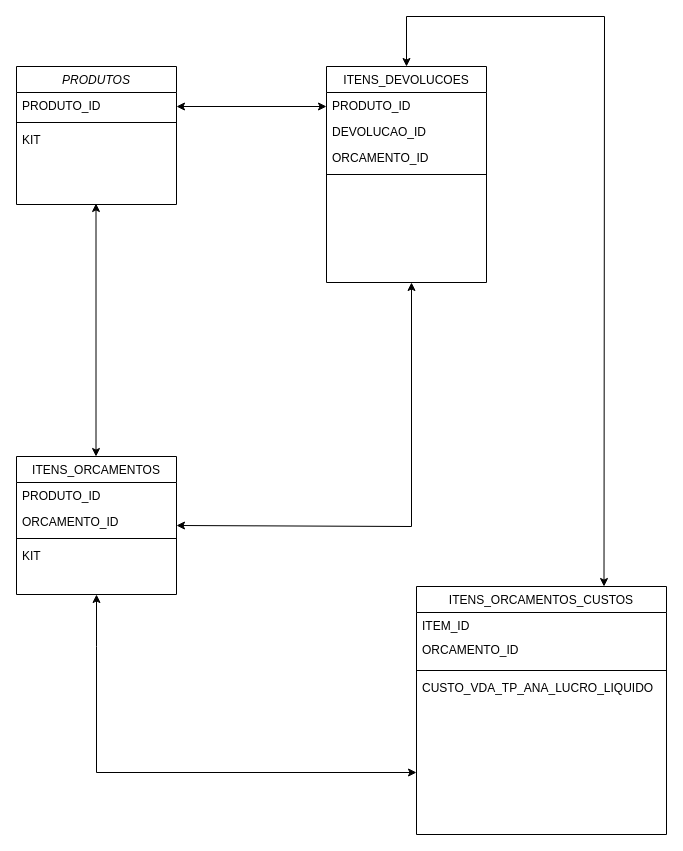
The draw.io diagram Untitled Diagram.drawio in code-a11ly/Draw.io, before the edit. Source tidied: cells renumbered, new cells numbered last; positions are measured from the earlier drawing's top-left corner, leaving out a move shared by most shapes. Both pictures are drawn from the tidied source at 100%, with x=0, y=0 at pixel (16, 16).
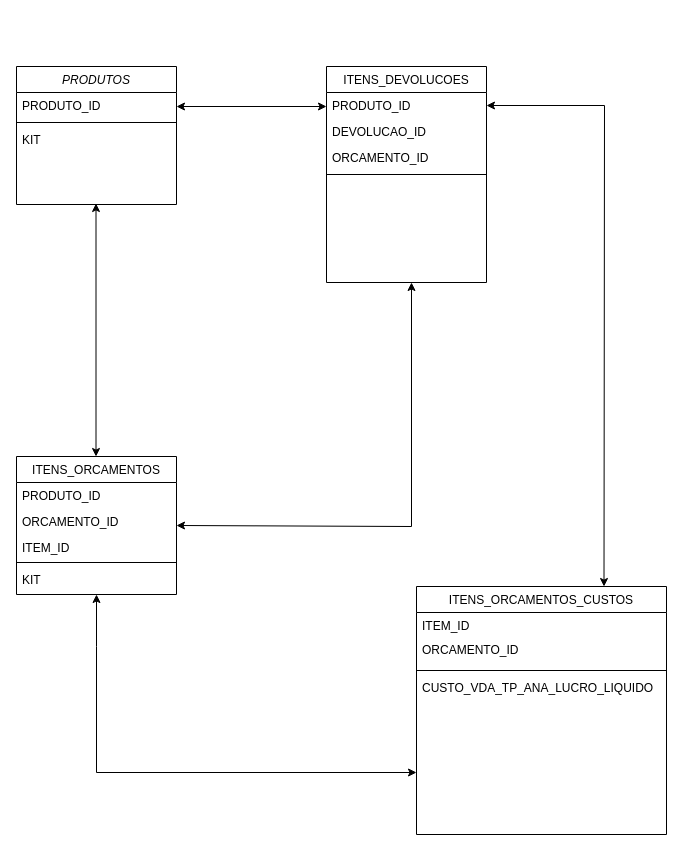
The same diagram, later.

The change refers to these unchanged cells:
```xml
<mxCell id="6" value="ITENS_ORCAMENTOS" style="swimlane;fontStyle=0;align=center;verticalAlign=top;horizontal=1;startSize=26;rounded=0;shadow=0;strokeWidth=1;" parent="1" vertex="1">
  <mxGeometry y="440" width="160" height="138" as="geometry" />
</mxCell>
<mxCell id="11" value="ITENS_ORCAMENTOS_CUSTOS" style="swimlane;fontStyle=0;align=center;verticalAlign=top;horizontal=1;startSize=26;rounded=0;shadow=0;strokeWidth=1;" parent="1" vertex="1">
  <mxGeometry x="400" y="570" width="250" height="248" as="geometry" />
</mxCell>
<mxCell id="16" value="ITENS_DEVOLUCOES" style="swimlane;fontStyle=0;align=center;verticalAlign=top;horizontal=1;startSize=26;rounded=0;shadow=0;strokeWidth=1;" parent="1" vertex="1">
  <mxGeometry x="310" y="50" width="160" height="216" as="geometry" />
</mxCell>
<mxCell id="17" value="PRODUTO_ID" style="text;align=left;verticalAlign=top;spacingLeft=4;spacingRight=4;overflow=hidden;points=[[0,0.5],[1,0.5]];portConstraint=eastwest;rounded=0;shadow=0;html=0;" parent="16" vertex="1">
  <mxGeometry y="26" width="160" height="26" as="geometry" />
</mxCell>
```

Diff of the diagram source:
```diff
@@
+    <mxCell id="26" value="ITEM_ID" style="text;align=left;verticalAlign=top;spacingLeft=4;spacingRight=4;overflow=hidden;" parent="6" vertex="1">
+      <mxGeometry y="78" width="160" height="24" as="geometry" />
+    </mxCell>
     <mxCell id="9" style="line;html=1;strokeWidth=1;align=left;verticalAlign=middle;spacingTop=-1;spacingLeft=3;spacingRight=3;labelPosition=right;" parent="6" vertex="1">
-      <mxGeometry y="78" width="160" height="8" as="geometry" />
+      <mxGeometry y="102" width="160" height="8" as="geometry" />
     </mxCell>
     <mxCell id="10" value="KIT" style="text;align=left;verticalAlign=top;spacingLeft=4;spacingRight=4;overflow=hidden;rounded=0;shadow=0;html=0;" parent="6" vertex="1">
-      <mxGeometry y="86" width="160" height="26" as="geometry" />
+      <mxGeometry y="110" width="160" height="26" as="geometry" />
     </mxCell>
@@
-    <mxCell id="25" style="endArrow=classic;startArrow=classic;html=1;rounded=0;entryX=0.5;entryY=0;entryDx=0;entryDy=0;exitX=0.75;exitY=0;exitDx=0;exitDy=0;" parent="1" edge="1" source="11" target="16">
+    <mxCell id="25" style="endArrow=classic;startArrow=classic;html=1;rounded=0;entryX=1;entryY=0.5;entryDx=0;entryDy=0;exitX=0.75;exitY=0;exitDx=0;exitDy=0;" parent="1" edge="1" source="11" target="17">
       <mxGeometry relative="1" as="geometry">
         <Array as="points">
-          <mxPoint x="588" />
-          <mxPoint x="390" />
+          <mxPoint x="588" y="89" />
         </Array>
       </mxGeometry>
     </mxCell>
```
